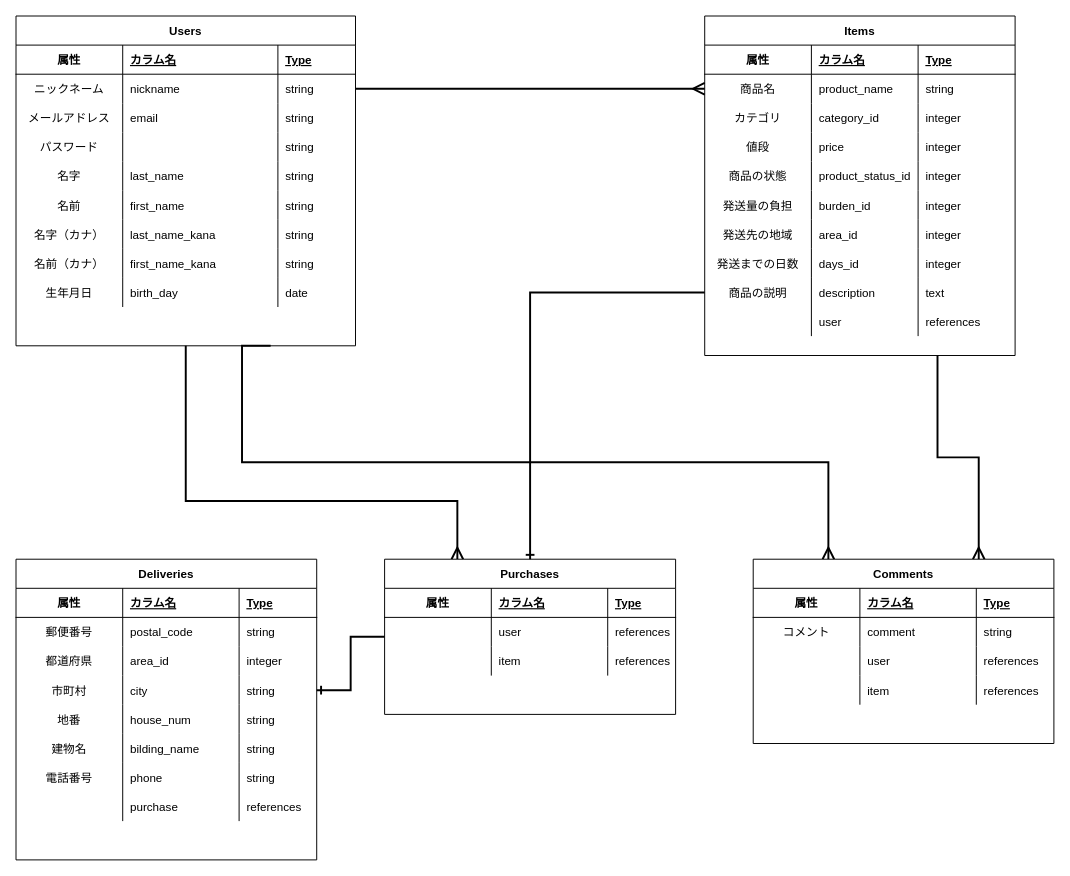
Before: furima.dio in arata-t/furima-33347, a draw.io diagram. Source tidied: cells renumbered, new cells numbered last; positions are measured from the earlier drawing's top-left corner, leaving out a move shared by most shapes. Both pictures are drawn from the tidied source at 97%, with x=0, y=0 at pixel (16, 16).
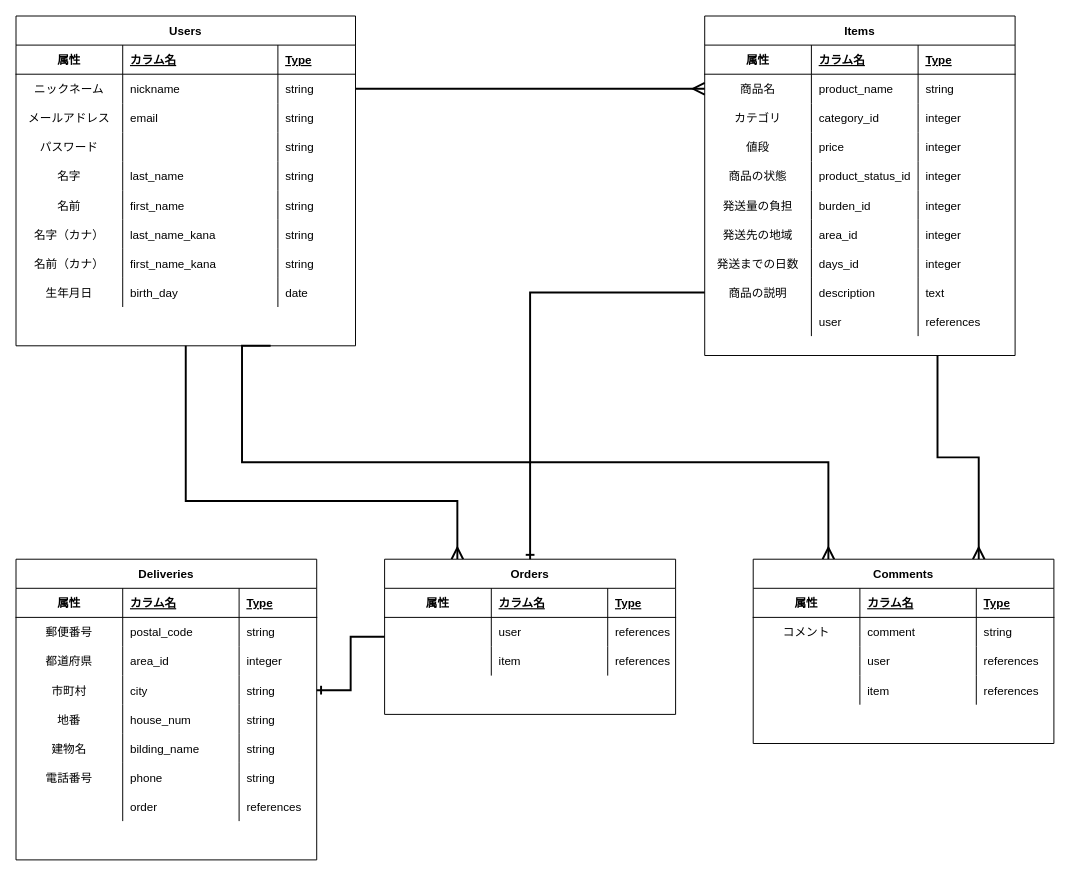
The same page after the edit.

Commit message (it also covers changes not shown here):
README　モデル名変更

Unchanged cells that the change refers to:
```xml
<mxCell id="112" style="shape=partialRectangle;fillColor=none;top=0;left=0;bottom=0;right=0;" parent="83" vertex="1">
  <mxGeometry y="240" width="310" height="30" as="geometry" />
</mxCell>
```

Diff of the diagram source:
```diff
@@
-    <mxCell id="114" value="purchase" style="shape=partialRectangle;fillColor=none;top=0;left=0;bottom=0;right=0;align=left;spacingLeft=6;overflow=hidden;" parent="112" vertex="1">
+    <mxCell id="114" value="order" style="shape=partialRectangle;fillColor=none;top=0;left=0;bottom=0;right=0;align=left;spacingLeft=6;overflow=hidden;" parent="112" vertex="1">
       <mxGeometry x="110" width="120" height="30" as="geometry" />
     </mxCell>
@@
-    <mxCell id="117" value="Purchases" style="shape=table;startSize=30;childLayout=tableLayout;rowLines=0;fontStyle=1;align=center;" parent="1" vertex="1">
+    <mxCell id="117" value="Orders" style="shape=table;startSize=30;childLayout=tableLayout;rowLines=0;fontStyle=1;align=center;" parent="1" vertex="1">
       <mxGeometry x="380" y="560" width="300" height="160" as="geometry" />
     </mxCell>
```
